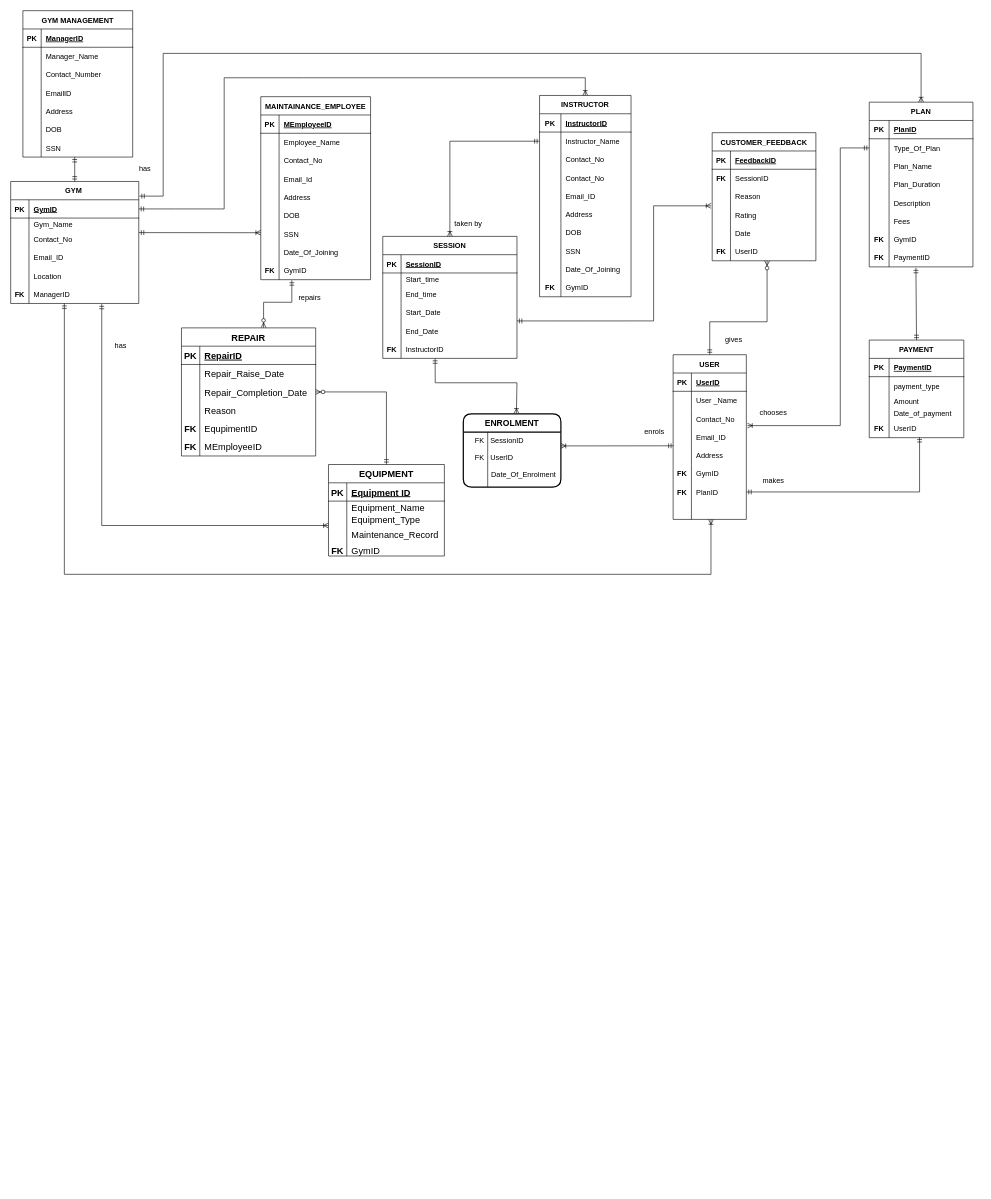
Earlier version of the draw.io diagram Gym_Management_ERD.drawio (Tharunip/DAMG6210_PROJECT11). Source tidied: cells renumbered, new cells numbered last; positions are measured from the earlier drawing's top-left corner, leaving out a move shared by most shapes. Both pictures are drawn from the tidied source at 61%, with x=0, y=0 at pixel (10, 10).
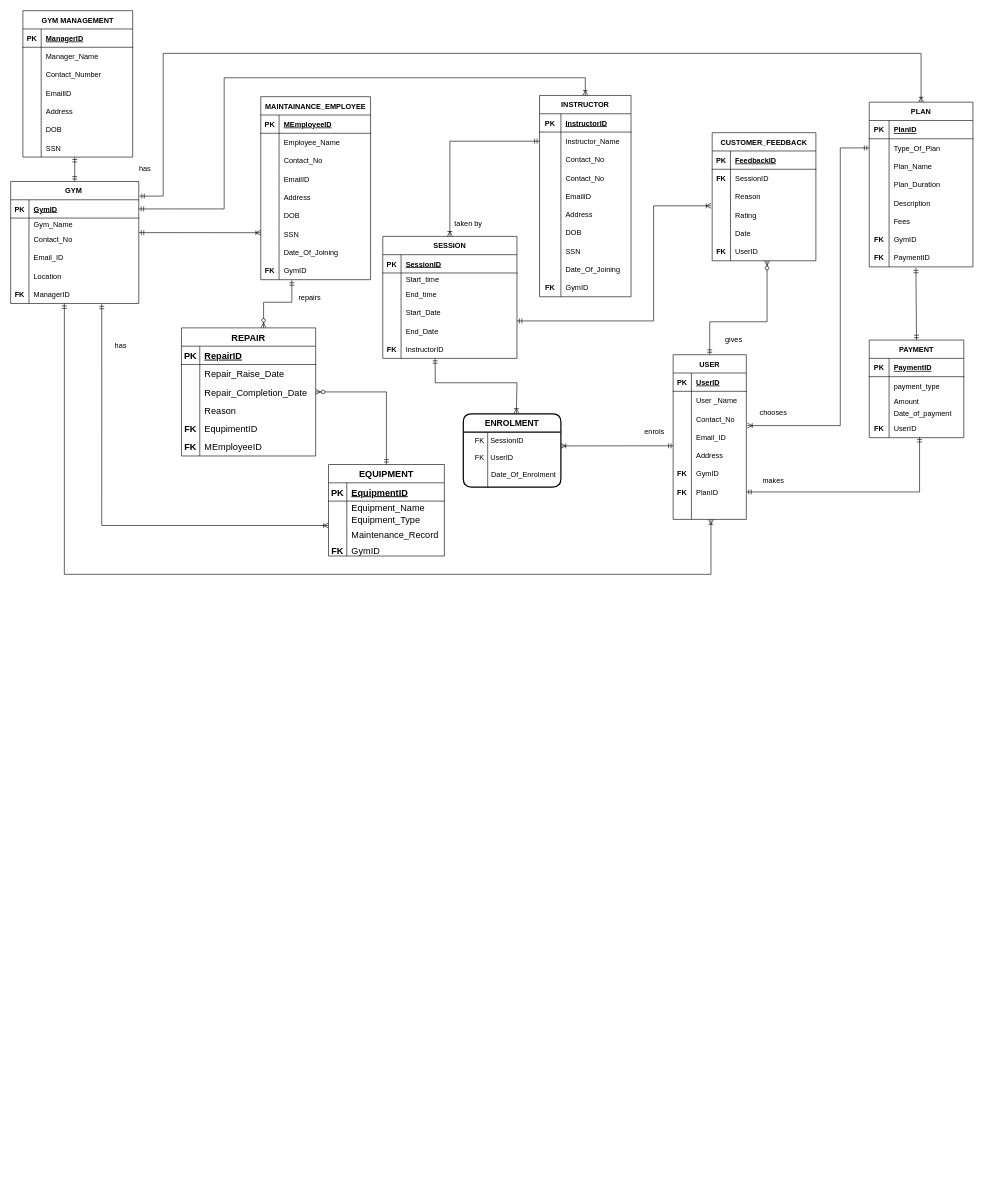
Above is the later version.

Unchanged cells that the change refers to:
```xml
<mxCell id="34" style="shape=tableRow;horizontal=0;startSize=0;swimlaneHead=0;swimlaneBody=0;fillColor=none;top=0;left=0;right=0;bottom=0;" parent="21" vertex="1">
  <mxGeometry y="150" width="150" height="30" as="geometry" />
</mxCell>
<mxCell id="164" style="shape=tableRow;horizontal=0;startSize=0;swimlaneHead=0;swimlaneBody=0;fillColor=none;top=0;left=0;right=0;bottom=1;fontSize=15;" parent="163" vertex="1">
  <mxGeometry y="30" width="190" height="30" as="geometry" />
</mxCell>
<mxCell id="243" style="shape=tableRow;horizontal=0;startSize=0;swimlaneHead=0;swimlaneBody=0;fillColor=none;top=0;left=0;right=0;bottom=0;" parent="233" vertex="1">
  <mxGeometry y="120" width="180" height="30" as="geometry" />
</mxCell>
```

The edit, as a diff of the source:
```diff
@@
-    <mxCell id="36" value="Email_ID" style="shape=partialRectangle;fillColor=none;top=0;left=0;bottom=0;right=0;align=left;spacingLeft=6;overflow=hidden;" parent="34" vertex="1">
+    <mxCell id="36" value="EmailID" style="shape=partialRectangle;fillColor=none;top=0;left=0;bottom=0;right=0;align=left;spacingLeft=6;overflow=hidden;" parent="34" vertex="1">
       <mxGeometry x="35" width="115" height="30" as="geometry" />
     </mxCell>
@@
-    <mxCell id="166" value="Equipment ID" style="shape=partialRectangle;fillColor=none;top=0;left=0;bottom=0;right=0;align=left;spacingLeft=6;fontStyle=5;overflow=hidden;fontSize=15;" parent="164" vertex="1">
+    <mxCell id="166" value="EquipmentID" style="shape=partialRectangle;fillColor=none;top=0;left=0;bottom=0;right=0;align=left;spacingLeft=6;fontStyle=5;overflow=hidden;fontSize=15;" parent="164" vertex="1">
       <mxGeometry x="30" width="160" height="30" as="geometry" />
     </mxCell>
@@
-    <mxCell id="245" value="Email_Id" style="shape=partialRectangle;fillColor=none;top=0;left=0;bottom=0;right=0;align=left;spacingLeft=6;overflow=hidden;" parent="243" vertex="1">
+    <mxCell id="245" value="EmailID" style="shape=partialRectangle;fillColor=none;top=0;left=0;bottom=0;right=0;align=left;spacingLeft=6;overflow=hidden;" parent="243" vertex="1">
       <mxGeometry x="30" width="150" height="30" as="geometry" />
     </mxCell>
```
